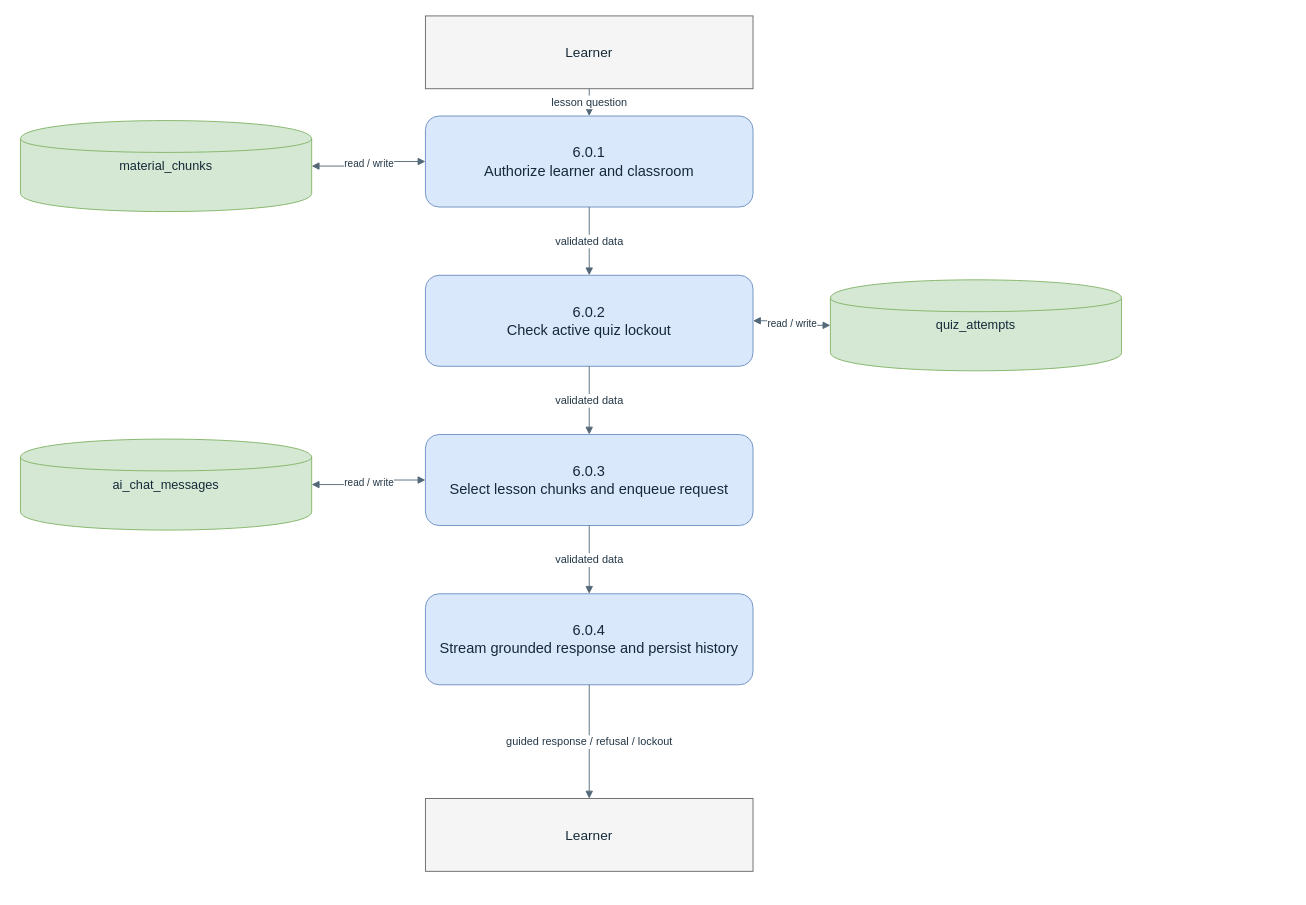
This is docs/thesis/chapter-3/diagrams/dfd-level-2-tutor.drawio from BootlegYouki/L.A.R.A, a draw.io file, before an edit. Source tidied: cells renumbered, new cells numbered last; positions are measured from the earlier drawing's top-left corner, leaving out a move shared by most shapes. Both pictures are drawn from the tidied source at 91%, with x=0, y=0 at pixel (20, 15).
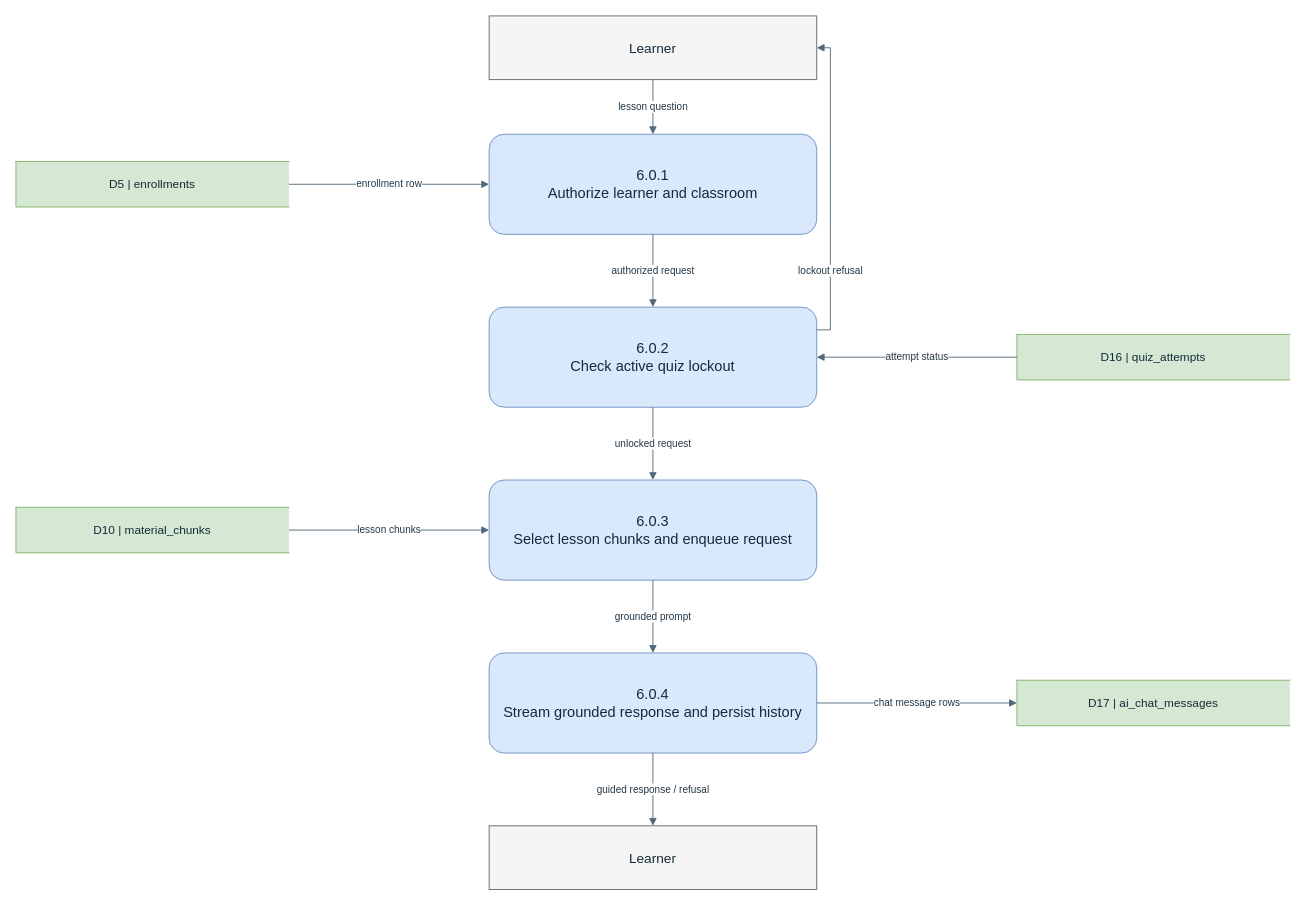
Above is the later version.

Diff of the diagram source:
```diff
@@
     <mxCell id="2" value="Learner" style="rounded=0;whiteSpace=wrap;html=1;fillColor=#f5f5f5;strokeColor=#666666;fontColor=#152a38;fontSize=15;align=center;verticalAlign=middle;spacing=6;" parent="1" vertex="1">
-      <mxGeometry x="445" width="360" height="80" as="geometry" />
+      <mxGeometry x="515" width="360" height="70" as="geometry" />
     </mxCell>
-    <mxCell id="3" value="Learner" style="rounded=0;whiteSpace=wrap;html=1;fillColor=#f5f5f5;strokeColor=#666666;fontColor=#152a38;fontSize=15;align=center;verticalAlign=middle;spacing=6;" parent="1" vertex="1">
-      <mxGeometry x="445" y="860" width="360" height="80" as="geometry" />
+    <mxCell id="3" value="6.0.1&#10;Authorize learner and classroom" style="rounded=1;whiteSpace=wrap;html=1;fillColor=#dae8fc;strokeColor=#6c8ebf;fontColor=#152a38;fontSize=16;align=center;verticalAlign=middle;spacing=6;" parent="1" vertex="1">
+      <mxGeometry x="515" y="130" width="360" height="110" as="geometry" />
     </mxCell>
-    <mxCell id="4" value="6.0.1&#10;Authorize learner and classroom" style="rounded=1;whiteSpace=wrap;html=1;fillColor=#dae8fc;strokeColor=#6c8ebf;fontColor=#152a38;fontSize=16;align=center;verticalAlign=middle;spacing=6;" parent="1" vertex="1">
-      <mxGeometry x="445" y="110" width="360" height="100" as="geometry" />
+    <mxCell id="4" value="6.0.2&#10;Check active quiz lockout" style="rounded=1;whiteSpace=wrap;html=1;fillColor=#dae8fc;strokeColor=#6c8ebf;fontColor=#152a38;fontSize=16;align=center;verticalAlign=middle;spacing=6;" parent="1" vertex="1">
+      <mxGeometry x="515" y="320" width="360" height="110" as="geometry" />
     </mxCell>
-    <mxCell id="5" value="6.0.2&#10;Check active quiz lockout" style="rounded=1;whiteSpace=wrap;html=1;fillColor=#dae8fc;strokeColor=#6c8ebf;fontColor=#152a38;fontSize=16;align=center;verticalAlign=middle;spacing=6;" parent="1" vertex="1">
-      <mxGeometry x="445" y="285" width="360" height="100" as="geometry" />
+    <mxCell id="5" value="6.0.3&#10;Select lesson chunks and enqueue request" style="rounded=1;whiteSpace=wrap;html=1;fillColor=#dae8fc;strokeColor=#6c8ebf;fontColor=#152a38;fontSize=16;align=center;verticalAlign=middle;spacing=6;" parent="1" vertex="1">
+      <mxGeometry x="515" y="510" width="360" height="110" as="geometry" />
     </mxCell>
-    <mxCell id="6" value="6.0.3&#10;Select lesson chunks and enqueue request" style="rounded=1;whiteSpace=wrap;html=1;fillColor=#dae8fc;strokeColor=#6c8ebf;fontColor=#152a38;fontSize=16;align=center;verticalAlign=middle;spacing=6;" parent="1" vertex="1">
-      <mxGeometry x="445" y="460" width="360" height="100" as="geometry" />
+    <mxCell id="6" value="6.0.4&#10;Stream grounded response and persist history" style="rounded=1;whiteSpace=wrap;html=1;fillColor=#dae8fc;strokeColor=#6c8ebf;fontColor=#152a38;fontSize=16;align=center;verticalAlign=middle;spacing=6;" parent="1" vertex="1">
+      <mxGeometry x="515" y="700" width="360" height="110" as="geometry" />
     </mxCell>
-    <mxCell id="7" value="6.0.4&#10;Stream grounded response and persist history" style="rounded=1;whiteSpace=wrap;html=1;fillColor=#dae8fc;strokeColor=#6c8ebf;fontColor=#152a38;fontSize=16;align=center;verticalAlign=middle;spacing=6;" parent="1" vertex="1">
-      <mxGeometry x="445" y="635" width="360" height="100" as="geometry" />
+    <mxCell id="7" value="Learner" style="rounded=0;whiteSpace=wrap;html=1;fillColor=#f5f5f5;strokeColor=#666666;fontColor=#152a38;fontSize=15;align=center;verticalAlign=middle;spacing=6;" parent="1" vertex="1">
+      <mxGeometry x="515" y="890" width="360" height="70" as="geometry" />
     </mxCell>
-    <mxCell id="8" value="material_chunks" style="shape=cylinder;whiteSpace=wrap;html=1;fillColor=#d5e8d4;strokeColor=#82b366;fontColor=#152a38;fontSize=14;align=center;verticalAlign=middle;spacing=6;" parent="1" vertex="1">
-      <mxGeometry y="115" width="320" height="100" as="geometry" />
+    <mxCell id="8" value="D5 | enrollments" style="shape=partialRectangle;left=1;right=0;top=1;bottom=1;whiteSpace=wrap;html=1;fillColor=#d5e8d4;strokeColor=#82b366;fontColor=#152a38;fontSize=13;align=center;verticalAlign=middle;spacing=5;" parent="1" vertex="1">
+      <mxGeometry x="-5" y="160" width="300" height="50" as="geometry" />
     </mxCell>
-    <mxCell id="9" value="quiz_attempts" style="shape=cylinder;whiteSpace=wrap;html=1;fillColor=#d5e8d4;strokeColor=#82b366;fontColor=#152a38;fontSize=14;align=center;verticalAlign=middle;spacing=6;" parent="1" vertex="1">
-      <mxGeometry x="890" y="290" width="320" height="100" as="geometry" />
+    <mxCell id="9" value="D16 | quiz_attempts" style="shape=partialRectangle;left=1;right=0;top=1;bottom=1;whiteSpace=wrap;html=1;fillColor=#d5e8d4;strokeColor=#82b366;fontColor=#152a38;fontSize=13;align=center;verticalAlign=middle;spacing=5;" parent="1" vertex="1">
+      <mxGeometry x="1095" y="350" width="300" height="50" as="geometry" />
     </mxCell>
-    <mxCell id="10" value="ai_chat_messages" style="shape=cylinder;whiteSpace=wrap;html=1;fillColor=#d5e8d4;strokeColor=#82b366;fontColor=#152a38;fontSize=14;align=center;verticalAlign=middle;spacing=6;" parent="1" vertex="1">
-      <mxGeometry y="465" width="320" height="100" as="geometry" />
+    <mxCell id="10" value="D10 | material_chunks" style="shape=partialRectangle;left=1;right=0;top=1;bottom=1;whiteSpace=wrap;html=1;fillColor=#d5e8d4;strokeColor=#82b366;fontColor=#152a38;fontSize=13;align=center;verticalAlign=middle;spacing=5;" parent="1" vertex="1">
+      <mxGeometry x="-5" y="540" width="300" height="50" as="geometry" />
     </mxCell>
-    <mxCell id="11" value="lesson question" style="edgeStyle=orthogonalEdgeStyle;rounded=0;jettySize=auto;html=1;strokeColor=#526777;fontColor=#233746;fontSize=12;endArrow=block;endFill=1;labelBackgroundColor=#ffffff;" parent="1" edge="1" source="2" target="4">
-      <mxGeometry relative="1" as="geometry" />
+    <mxCell id="11" value="D17 | ai_chat_messages" style="shape=partialRectangle;left=1;right=0;top=1;bottom=1;whiteSpace=wrap;html=1;fillColor=#d5e8d4;strokeColor=#82b366;fontColor=#152a38;fontSize=13;align=center;verticalAlign=middle;spacing=5;" parent="1" vertex="1">
+      <mxGeometry x="1095" y="730" width="300" height="50" as="geometry" />
     </mxCell>
-    <mxCell id="12" value="validated data" style="edgeStyle=orthogonalEdgeStyle;rounded=0;jettySize=auto;html=1;strokeColor=#526777;fontColor=#233746;fontSize=12;endArrow=block;endFill=1;labelBackgroundColor=#ffffff;" parent="1" edge="1" source="4" target="5">
+    <mxCell id="12" value="lesson question" style="rounded=0;html=1;strokeColor=#526777;fontColor=#233746;fontSize=11;endArrow=block;endFill=1;labelBackgroundColor=#ffffff;exitX=0.5;exitY=1.0;exitDx=0;exitDy=0;entryX=0.5;entryY=0.0;entryDx=0;entryDy=0;" parent="1" edge="1" source="2" target="3">
       <mxGeometry relative="1" as="geometry" />
     </mxCell>
-    <mxCell id="13" value="validated data" style="edgeStyle=orthogonalEdgeStyle;rounded=0;jettySize=auto;html=1;strokeColor=#526777;fontColor=#233746;fontSize=12;endArrow=block;endFill=1;labelBackgroundColor=#ffffff;" parent="1" edge="1" source="5" target="6">
+    <mxCell id="13" value="enrollment row" style="rounded=0;html=1;strokeColor=#526777;fontColor=#233746;fontSize=11;endArrow=block;endFill=1;labelBackgroundColor=#ffffff;exitX=1.0;exitY=0.5;exitDx=0;exitDy=0;entryX=0.0;entryY=0.5;entryDx=0;entryDy=0;" parent="1" edge="1" source="8" target="3">
       <mxGeometry relative="1" as="geometry" />
     </mxCell>
-    <mxCell id="14" value="validated data" style="edgeStyle=orthogonalEdgeStyle;rounded=0;jettySize=auto;html=1;strokeColor=#526777;fontColor=#233746;fontSize=12;endArrow=block;endFill=1;labelBackgroundColor=#ffffff;" parent="1" edge="1" source="6" target="7">
+    <mxCell id="14" value="authorized request" style="rounded=0;html=1;strokeColor=#526777;fontColor=#233746;fontSize=11;endArrow=block;endFill=1;labelBackgroundColor=#ffffff;exitX=0.5;exitY=1.0;exitDx=0;exitDy=0;entryX=0.5;entryY=0.0;entryDx=0;entryDy=0;" parent="1" edge="1" source="3" target="4">
       <mxGeometry relative="1" as="geometry" />
     </mxCell>
-    <mxCell id="15" value="guided response / refusal / lockout" style="edgeStyle=orthogonalEdgeStyle;rounded=0;jettySize=auto;html=1;strokeColor=#526777;fontColor=#233746;fontSize=12;endArrow=block;endFill=1;labelBackgroundColor=#ffffff;" parent="1" edge="1" source="7" target="3">
+    <mxCell id="15" value="attempt status" style="rounded=0;html=1;strokeColor=#526777;fontColor=#233746;fontSize=11;endArrow=block;endFill=1;labelBackgroundColor=#ffffff;exitX=0.0;exitY=0.5;exitDx=0;exitDy=0;entryX=1.0;entryY=0.5;entryDx=0;entryDy=0;" parent="1" edge="1" source="9" target="4">
       <mxGeometry relative="1" as="geometry" />
     </mxCell>
-    <mxCell id="16" value="read / write" style="edgeStyle=orthogonalEdgeStyle;rounded=0;html=1;strokeColor=#526777;fontColor=#233746;fontSize=11;startArrow=block;endArrow=block;startFill=1;endFill=1;labelBackgroundColor=#ffffff;" parent="1" edge="1" source="4" target="8">
-      <mxGeometry relative="1" as="geometry" />
+    <mxCell id="16" value="lockout refusal" style="rounded=0;html=1;strokeColor=#526777;fontColor=#233746;fontSize=11;endArrow=block;endFill=1;labelBackgroundColor=#ffffff;exitX=1.0;exitY=0.2273;exitDx=0;exitDy=0;entryX=1.0;entryY=0.5;entryDx=0;entryDy=0;" parent="1" edge="1" source="4" target="2">
+      <mxGeometry x="-0.53" relative="1" as="geometry">
+        <Array as="points">
+          <mxPoint x="890" y="345" />
+          <mxPoint x="890" y="35" />
+        </Array>
+      </mxGeometry>
     </mxCell>
-    <mxCell id="17" value="read / write" style="edgeStyle=orthogonalEdgeStyle;rounded=0;html=1;strokeColor=#526777;fontColor=#233746;fontSize=11;startArrow=block;endArrow=block;startFill=1;endFill=1;labelBackgroundColor=#ffffff;" parent="1" edge="1" source="5" target="9">
+    <mxCell id="17" value="unlocked request" style="rounded=0;html=1;strokeColor=#526777;fontColor=#233746;fontSize=11;endArrow=block;endFill=1;labelBackgroundColor=#ffffff;exitX=0.5;exitY=1.0;exitDx=0;exitDy=0;entryX=0.5;entryY=0.0;entryDx=0;entryDy=0;" parent="1" edge="1" source="4" target="5">
       <mxGeometry relative="1" as="geometry" />
     </mxCell>
-    <mxCell id="18" value="read / write" style="edgeStyle=orthogonalEdgeStyle;rounded=0;html=1;strokeColor=#526777;fontColor=#233746;fontSize=11;startArrow=block;endArrow=block;startFill=1;endFill=1;labelBackgroundColor=#ffffff;" parent="1" edge="1" source="6" target="10">
+    <mxCell id="18" value="lesson chunks" style="rounded=0;html=1;strokeColor=#526777;fontColor=#233746;fontSize=11;endArrow=block;endFill=1;labelBackgroundColor=#ffffff;exitX=1.0;exitY=0.5;exitDx=0;exitDy=0;entryX=0.0;entryY=0.5;entryDx=0;entryDy=0;" parent="1" edge="1" source="10" target="5">
       <mxGeometry relative="1" as="geometry" />
     </mxCell>
+    <mxCell id="19" value="grounded prompt" style="rounded=0;html=1;strokeColor=#526777;fontColor=#233746;fontSize=11;endArrow=block;endFill=1;labelBackgroundColor=#ffffff;exitX=0.5;exitY=1.0;exitDx=0;exitDy=0;entryX=0.5;entryY=0.0;entryDx=0;entryDy=0;" parent="1" edge="1" source="5" target="6">
+      <mxGeometry relative="1" as="geometry" />
+    </mxCell>
+    <mxCell id="20" value="chat message rows" style="rounded=0;html=1;strokeColor=#526777;fontColor=#233746;fontSize=11;endArrow=block;endFill=1;labelBackgroundColor=#ffffff;exitX=1.0;exitY=0.5;exitDx=0;exitDy=0;entryX=0.0;entryY=0.5;entryDx=0;entryDy=0;" parent="1" edge="1" source="6" target="11">
+      <mxGeometry relative="1" as="geometry" />
+    </mxCell>
+    <mxCell id="21" value="guided response / refusal" style="rounded=0;html=1;strokeColor=#526777;fontColor=#233746;fontSize=11;endArrow=block;endFill=1;labelBackgroundColor=#ffffff;exitX=0.5;exitY=1.0;exitDx=0;exitDy=0;entryX=0.5;entryY=0.0;entryDx=0;entryDy=0;" parent="1" edge="1" source="6" target="7">
+      <mxGeometry relative="1" as="geometry" />
+    </mxCell>
```
